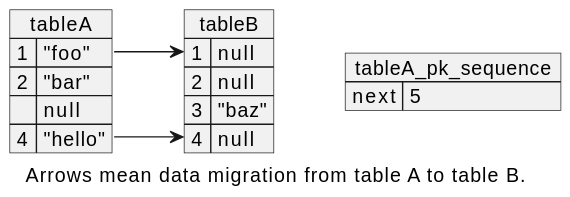
The PlantUML diagram examples/examples-share-row-id-sequence/examples-share-row-id-sequence.svg in wonsim02/spring-kotlin-exercise, before a commit. The source it was exported from:
```plantuml
@startuml
skinparam defaultTextAlignment bottom
skinparam linetype polyline

map tableA {
    1 => "foo"
    2 => "bar"
    => null
    4 => "hello"
}

map tableB {
    1 => null
    2 => null
    3 => "baz"
    4 => null
}

map tableA_pk_sequence {
    next => 5
}

tableA::1 -> tableB::1
tableA::4 -> tableB::4

caption Arrows mean data migration from table A to table B.
@enduml
```
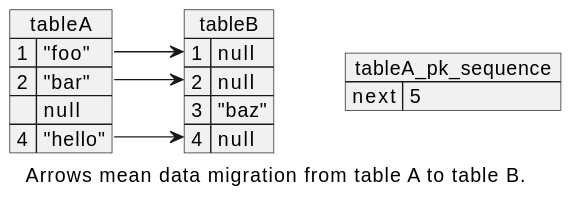
Later version of the same file.

Diff of the diagram source:
```diff
@@ -21,6 +21,7 @@
 }
 
 tableA::1 -> tableB::1
+tableA::2 -> tableB::2
 tableA::4 -> tableB::4
 
 caption Arrows mean data migration from table A to table B.
```
